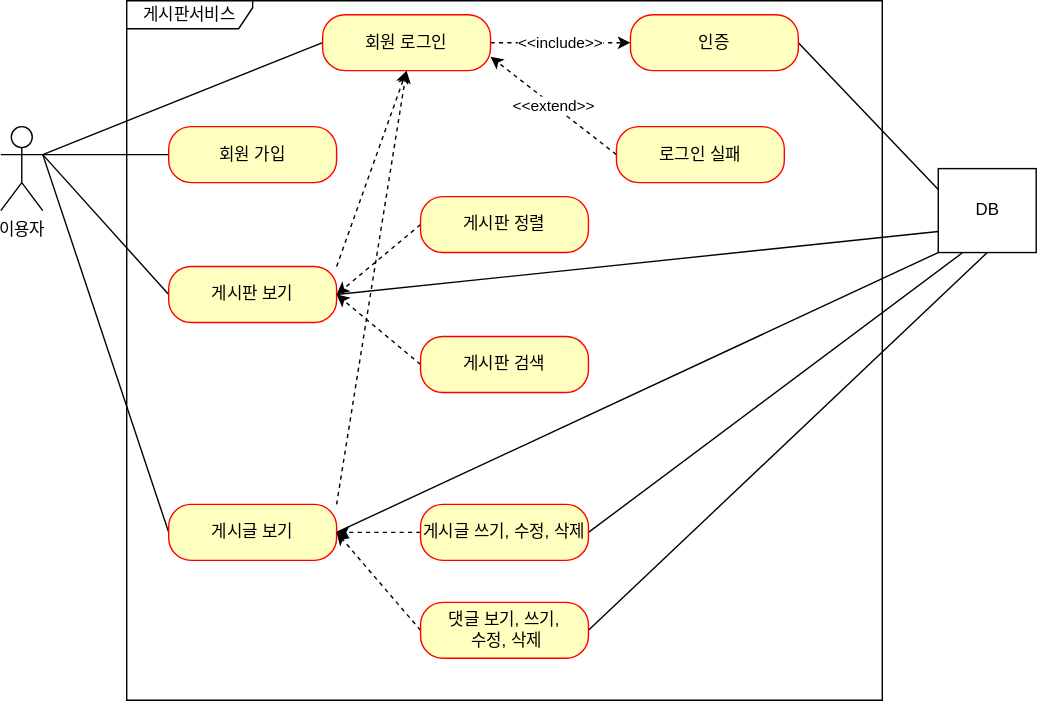
minho3/study-prj-board keeps this draw.io diagram as document/use-case.svg. Above is the earlier version. Source tidied: cells renumbered, new cells last; positions are measured from the earlier drawing's top-left corner, leaving out a move shared by most shapes.
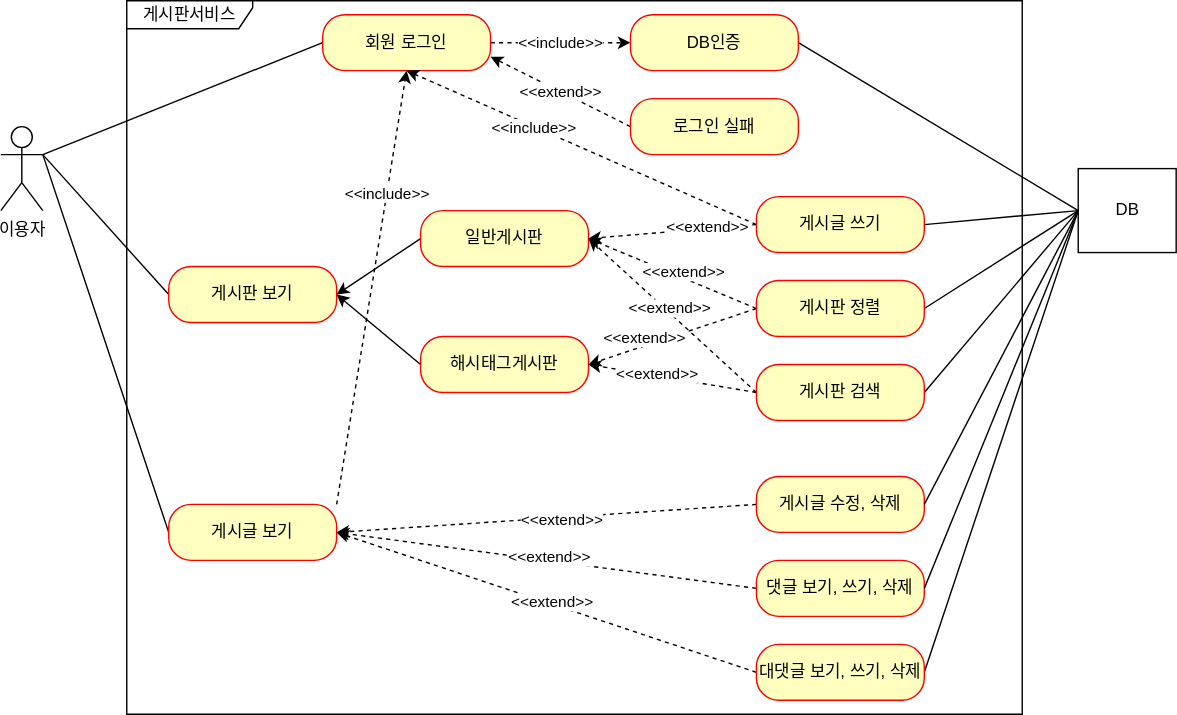
After the commit.

What changed in the source:
```diff
@@ -6,23 +6,11 @@
       <mxGeometry y="90" width="30" height="60" as="geometry" />
     </mxCell>
     <mxCell id="3" value="게시판서비스" style="shape=umlFrame;whiteSpace=wrap;html=1;width=90;height=20;" parent="1" vertex="1">
-      <mxGeometry x="90" width="540" height="500" as="geometry" />
+      <mxGeometry x="90" width="640" height="510" as="geometry" />
     </mxCell>
-    <mxCell id="4" style="rounded=0;jettySize=auto;html=1;exitX=0;exitY=0.5;exitDx=0;exitDy=0;entryX=1;entryY=0.3333333333333333;entryDx=0;entryDy=0;entryPerimeter=0;endArrow=none;endFill=0;" parent="1" edge="1" source="5" target="2">
-      <mxGeometry relative="1" as="geometry" />
-    </mxCell>
-    <mxCell id="5" value="회원 가입" style="rounded=1;whiteSpace=wrap;html=1;arcSize=40;fontColor=#000000;fillColor=#ffffc0;strokeColor=#ff0000;" parent="1" vertex="1">
-      <mxGeometry x="120" y="90" width="120" height="40" as="geometry" />
-    </mxCell>
     <mxCell id="6" style="edgeStyle=none;rounded=0;jettySize=auto;html=1;exitX=0;exitY=0.5;exitDx=0;exitDy=0;endArrow=none;endFill=0;entryX=1;entryY=0.3333333333333333;entryDx=0;entryDy=0;entryPerimeter=0;" parent="1" edge="1" source="9" target="2">
       <mxGeometry relative="1" as="geometry" />
     </mxCell>
-    <mxCell id="7" style="edgeStyle=none;rounded=0;jettySize=auto;html=1;exitX=1;exitY=0;exitDx=0;exitDy=0;entryX=0.5;entryY=1;entryDx=0;entryDy=0;dashed=1;startArrow=none;startFill=0;endArrow=classic;endFill=1;" parent="1" edge="1" source="9" target="16">
-      <mxGeometry relative="1" as="geometry" />
-    </mxCell>
-    <mxCell id="8" style="edgeStyle=none;rounded=0;jettySize=auto;html=1;exitX=1;exitY=0.5;exitDx=0;exitDy=0;entryX=0;entryY=0.75;entryDx=0;entryDy=0;startArrow=none;startFill=0;endArrow=none;endFill=0;" parent="1" edge="1" source="9" target="31">
-      <mxGeometry relative="1" as="geometry" />
-    </mxCell>
     <mxCell id="9" value="게시판 보기" style="rounded=1;whiteSpace=wrap;html=1;arcSize=40;fontColor=#000000;fillColor=#ffffc0;strokeColor=#ff0000;" parent="1" vertex="1">
       <mxGeometry x="120" y="190" width="120" height="40" as="geometry" />
     </mxCell>
@@ -32,9 +20,9 @@
     <mxCell id="11" style="edgeStyle=none;rounded=0;jettySize=auto;html=1;exitX=1;exitY=0;exitDx=0;exitDy=0;entryX=0.5;entryY=1;entryDx=0;entryDy=0;dashed=1;startArrow=none;startFill=0;endArrow=classic;endFill=1;" parent="1" edge="1" source="13" target="16">
       <mxGeometry relative="1" as="geometry" />
     </mxCell>
-    <mxCell id="12" style="edgeStyle=none;rounded=0;jettySize=auto;html=1;exitX=1;exitY=0.5;exitDx=0;exitDy=0;startArrow=none;startFill=0;endArrow=none;endFill=0;entryX=0;entryY=1;entryDx=0;entryDy=0;" parent="1" edge="1" source="13" target="31">
-      <mxGeometry relative="1" as="geometry" />
-    </mxCell>
+    <mxCell id="32" value="&amp;lt;&amp;lt;include&amp;gt;&amp;gt;" style="edgeLabel;html=1;align=center;verticalAlign=middle;" parent="11" vertex="1">
+      <mxGeometry x="0.43" relative="1" as="geometry" />
+    </mxCell>
     <mxCell id="13" value="게시글 보기" style="rounded=1;whiteSpace=wrap;html=1;arcSize=40;fontColor=#000000;fillColor=#ffffc0;strokeColor=#ff0000;" parent="1" vertex="1">
       <mxGeometry x="120" y="360" width="120" height="40" as="geometry" />
     </mxCell>
@@ -47,50 +35,132 @@
     <mxCell id="16" value="회원 로그인" style="rounded=1;whiteSpace=wrap;html=1;arcSize=40;fontColor=#000000;fillColor=#ffffc0;strokeColor=#ff0000;" parent="1" vertex="1">
       <mxGeometry x="230" y="10" width="120" height="40" as="geometry" />
     </mxCell>
-    <mxCell id="17" style="edgeStyle=none;rounded=0;jettySize=auto;html=1;exitX=1;exitY=0.5;exitDx=0;exitDy=0;entryX=0;entryY=0.25;entryDx=0;entryDy=0;startArrow=none;startFill=0;endArrow=none;endFill=0;" parent="1" edge="1" source="18" target="31">
+    <mxCell id="17" style="edgeStyle=none;rounded=0;jettySize=auto;html=1;exitX=1;exitY=0.5;exitDx=0;exitDy=0;entryX=0;entryY=0.5;entryDx=0;entryDy=0;startArrow=none;startFill=0;endArrow=none;endFill=0;" parent="1" edge="1" source="18" target="31">
       <mxGeometry relative="1" as="geometry" />
     </mxCell>
-    <mxCell id="18" value="인증" style="rounded=1;whiteSpace=wrap;html=1;arcSize=40;fontColor=#000000;fillColor=#ffffc0;strokeColor=#ff0000;" parent="1" vertex="1">
+    <mxCell id="18" value="DB인증" style="rounded=1;whiteSpace=wrap;html=1;arcSize=40;fontColor=#000000;fillColor=#ffffc0;strokeColor=#ff0000;" parent="1" vertex="1">
       <mxGeometry x="450" y="10" width="120" height="40" as="geometry" />
     </mxCell>
     <mxCell id="19" value="&amp;lt;&amp;lt;extend&amp;gt;&amp;gt;" style="edgeStyle=none;rounded=0;jettySize=auto;html=1;exitX=0;exitY=0.5;exitDx=0;exitDy=0;entryX=1;entryY=0.75;entryDx=0;entryDy=0;endArrow=classic;endFill=1;dashed=1;startArrow=none;startFill=0;" parent="1" edge="1" source="20" target="16">
       <mxGeometry relative="1" as="geometry" />
     </mxCell>
     <mxCell id="20" value="로그인 실패" style="rounded=1;whiteSpace=wrap;html=1;arcSize=40;fontColor=#000000;fillColor=#ffffc0;strokeColor=#ff0000;" parent="1" vertex="1">
-      <mxGeometry x="440" y="90" width="120" height="40" as="geometry" />
+      <mxGeometry x="450" y="70" width="120" height="40" as="geometry" />
     </mxCell>
-    <mxCell id="21" style="edgeStyle=none;rounded=0;jettySize=auto;html=1;exitX=0;exitY=0.5;exitDx=0;exitDy=0;entryX=1;entryY=0.5;entryDx=0;entryDy=0;dashed=1;startArrow=none;startFill=0;endArrow=classic;endFill=1;" parent="1" edge="1" source="22" target="9">
+    <mxCell id="21" style="edgeStyle=none;rounded=0;jettySize=auto;html=1;exitX=0;exitY=0.5;exitDx=0;exitDy=0;entryX=1;entryY=0.5;entryDx=0;entryDy=0;startArrow=none;startFill=0;endArrow=classic;endFill=1;" parent="1" edge="1" source="22" target="9">
       <mxGeometry relative="1" as="geometry" />
     </mxCell>
-    <mxCell id="22" value="게시판 정렬" style="rounded=1;whiteSpace=wrap;html=1;arcSize=40;fontColor=#000000;fillColor=#ffffc0;strokeColor=#ff0000;" parent="1" vertex="1">
-      <mxGeometry x="300" y="140" width="120" height="40" as="geometry" />
+    <mxCell id="22" value="일반게시판" style="rounded=1;whiteSpace=wrap;html=1;arcSize=40;fontColor=#000000;fillColor=#ffffc0;strokeColor=#ff0000;" parent="1" vertex="1">
+      <mxGeometry x="300" y="150" width="120" height="40" as="geometry" />
     </mxCell>
-    <mxCell id="23" style="edgeStyle=none;rounded=0;jettySize=auto;html=1;exitX=0;exitY=0.5;exitDx=0;exitDy=0;entryX=1;entryY=0.5;entryDx=0;entryDy=0;dashed=1;startArrow=none;startFill=0;endArrow=classic;endFill=1;" parent="1" edge="1" source="24" target="9">
+    <mxCell id="23" style="edgeStyle=none;rounded=0;jettySize=auto;html=1;exitX=0;exitY=0.5;exitDx=0;exitDy=0;entryX=1;entryY=0.5;entryDx=0;entryDy=0;startArrow=none;startFill=0;endArrow=classic;endFill=1;" parent="1" edge="1" source="24" target="9">
       <mxGeometry relative="1" as="geometry" />
     </mxCell>
-    <mxCell id="24" value="게시판 검색" style="rounded=1;whiteSpace=wrap;html=1;arcSize=40;fontColor=#000000;fillColor=#ffffc0;strokeColor=#ff0000;" parent="1" vertex="1">
+    <mxCell id="24" value="해시태그게시판" style="rounded=1;whiteSpace=wrap;html=1;arcSize=40;fontColor=#000000;fillColor=#ffffc0;strokeColor=#ff0000;" parent="1" vertex="1">
       <mxGeometry x="300" y="240" width="120" height="40" as="geometry" />
     </mxCell>
     <mxCell id="25" style="edgeStyle=none;rounded=0;jettySize=auto;html=1;exitX=0;exitY=0.5;exitDx=0;exitDy=0;entryX=1;entryY=0.5;entryDx=0;entryDy=0;dashed=1;startArrow=none;startFill=0;endArrow=classic;endFill=1;" parent="1" edge="1" source="27" target="13">
       <mxGeometry relative="1" as="geometry" />
     </mxCell>
-    <mxCell id="26" style="edgeStyle=none;rounded=0;jettySize=auto;html=1;exitX=1;exitY=0.5;exitDx=0;exitDy=0;entryX=0.25;entryY=1;entryDx=0;entryDy=0;startArrow=none;startFill=0;endArrow=none;endFill=0;" parent="1" edge="1" source="27" target="31">
-      <mxGeometry relative="1" as="geometry" />
-    </mxCell>
+    <mxCell id="33" value="&amp;lt;&amp;lt;extend&amp;gt;&amp;gt;" style="edgeLabel;html=1;align=center;verticalAlign=middle;" parent="25" vertex="1">
+      <mxGeometry x="-0.07" y="1" relative="1" as="geometry" />
+    </mxCell>
-    <mxCell id="27" value="게시글 쓰기, 수정, 삭제" style="rounded=1;whiteSpace=wrap;html=1;arcSize=40;fontColor=#000000;fillColor=#ffffc0;strokeColor=#ff0000;" parent="1" vertex="1">
-      <mxGeometry x="300" y="360" width="120" height="40" as="geometry" />
+    <mxCell id="27" value="게시글 수정, 삭제" style="rounded=1;whiteSpace=wrap;html=1;arcSize=40;fontColor=#000000;fillColor=#ffffc0;strokeColor=#ff0000;" parent="1" vertex="1">
+      <mxGeometry x="540" y="340" width="120" height="40" as="geometry" />
     </mxCell>
     <mxCell id="28" style="edgeStyle=none;rounded=0;jettySize=auto;html=1;exitX=0;exitY=0.5;exitDx=0;exitDy=0;entryX=1;entryY=0.5;entryDx=0;entryDy=0;dashed=1;startArrow=none;startFill=0;endArrow=classic;endFill=1;" parent="1" edge="1" source="30" target="13">
       <mxGeometry relative="1" as="geometry" />
     </mxCell>
-    <mxCell id="29" style="edgeStyle=none;rounded=0;jettySize=auto;html=1;exitX=1;exitY=0.5;exitDx=0;exitDy=0;entryX=0.5;entryY=1;entryDx=0;entryDy=0;startArrow=none;startFill=0;endArrow=none;endFill=0;" parent="1" edge="1" source="30" target="31">
-      <mxGeometry relative="1" as="geometry" />
-    </mxCell>
+    <mxCell id="34" value="&amp;lt;&amp;lt;extend&amp;gt;&amp;gt;" style="edgeLabel;html=1;align=center;verticalAlign=middle;" parent="28" vertex="1">
+      <mxGeometry x="-0.01" y="-3" relative="1" as="geometry" />
+    </mxCell>
-    <mxCell id="30" value="댓글 보기, 쓰기,&lt;br&gt;&amp;nbsp;수정, 삭제" style="rounded=1;whiteSpace=wrap;html=1;arcSize=40;fontColor=#000000;fillColor=#ffffc0;strokeColor=#ff0000;" parent="1" vertex="1">
-      <mxGeometry x="300" y="430" width="120" height="40" as="geometry" />
+    <mxCell id="30" value="댓글 보기, 쓰기, 삭제" style="rounded=1;whiteSpace=wrap;html=1;arcSize=40;fontColor=#000000;fillColor=#ffffc0;strokeColor=#ff0000;" parent="1" vertex="1">
+      <mxGeometry x="540" y="400" width="120" height="40" as="geometry" />
     </mxCell>
+    <mxCell id="35" style="edgeStyle=none;rounded=0;jettySize=auto;html=1;exitX=0;exitY=0.5;exitDx=0;exitDy=0;entryX=1;entryY=0.5;entryDx=0;entryDy=0;endArrow=none;endFill=0;" parent="1" edge="1" source="31" target="50">
+      <mxGeometry relative="1" as="geometry" />
+    </mxCell>
+    <mxCell id="36" style="edgeStyle=none;rounded=0;jettySize=auto;html=1;exitX=0;exitY=0.5;exitDx=0;exitDy=0;entryX=1;entryY=0.5;entryDx=0;entryDy=0;endArrow=none;endFill=0;" parent="1" edge="1" source="31" target="45">
+      <mxGeometry relative="1" as="geometry" />
+    </mxCell>
+    <mxCell id="37" style="edgeStyle=none;rounded=0;jettySize=auto;html=1;exitX=0;exitY=0.5;exitDx=0;exitDy=0;entryX=1;entryY=0.5;entryDx=0;entryDy=0;endArrow=none;endFill=0;" parent="1" edge="1" source="31" target="55">
+      <mxGeometry relative="1" as="geometry" />
+    </mxCell>
+    <mxCell id="38" style="edgeStyle=none;rounded=0;jettySize=auto;html=1;exitX=0;exitY=0.5;exitDx=0;exitDy=0;entryX=1;entryY=0.5;entryDx=0;entryDy=0;endArrow=none;endFill=0;" parent="1" edge="1" source="31" target="27">
+      <mxGeometry relative="1" as="geometry" />
+    </mxCell>
+    <mxCell id="39" style="edgeStyle=none;rounded=0;jettySize=auto;html=1;exitX=0;exitY=0.5;exitDx=0;exitDy=0;entryX=1;entryY=0.5;entryDx=0;entryDy=0;endArrow=none;endFill=0;" parent="1" edge="1" source="31" target="30">
+      <mxGeometry relative="1" as="geometry" />
+    </mxCell>
+    <mxCell id="40" style="edgeStyle=none;rounded=0;jettySize=auto;html=1;exitX=0;exitY=0.5;exitDx=0;exitDy=0;entryX=1;entryY=0.5;entryDx=0;entryDy=0;endArrow=none;endFill=0;" parent="1" edge="1" source="31" target="58">
+      <mxGeometry relative="1" as="geometry" />
+    </mxCell>
     <mxCell id="31" value="DB" style="html=1;" parent="1" vertex="1">
-      <mxGeometry x="670" y="120" width="70" height="60" as="geometry" />
+      <mxGeometry x="770" y="120" width="70" height="60" as="geometry" />
     </mxCell>
+    <mxCell id="41" style="edgeStyle=none;rounded=0;jettySize=auto;html=1;exitX=0;exitY=0.5;exitDx=0;exitDy=0;dashed=1;" parent="1" edge="1" source="45">
+      <mxGeometry relative="1" as="geometry">
+        <mxPoint x="420" y="260" as="targetPoint" />
+      </mxGeometry>
+    </mxCell>
+    <mxCell id="42" value="&amp;lt;&amp;lt;extend&amp;gt;&amp;gt;" style="edgeLabel;html=1;align=center;verticalAlign=middle;" parent="41" vertex="1">
+      <mxGeometry x="0.45" relative="1" as="geometry">
+        <mxPoint x="7" y="-9" as="offset" />
+      </mxGeometry>
+    </mxCell>
+    <mxCell id="43" style="edgeStyle=none;rounded=0;jettySize=auto;html=1;exitX=0;exitY=0.5;exitDx=0;exitDy=0;dashed=1;entryX=1;entryY=0.5;entryDx=0;entryDy=0;" parent="1" edge="1" source="45" target="22">
+      <mxGeometry relative="1" as="geometry" />
+    </mxCell>
+    <mxCell id="44" value="&amp;lt;&amp;lt;extend&amp;gt;&amp;gt;" style="edgeLabel;html=1;align=center;verticalAlign=middle;" parent="43" vertex="1">
+      <mxGeometry x="-0.09" y="-4" relative="1" as="geometry" />
+    </mxCell>
+    <mxCell id="45" value="게시판 정렬" style="rounded=1;whiteSpace=wrap;html=1;arcSize=40;fontColor=#000000;fillColor=#ffffc0;strokeColor=#ff0000;" parent="1" vertex="1">
+      <mxGeometry x="540" y="200" width="120" height="40" as="geometry" />
+    </mxCell>
+    <mxCell id="46" style="edgeStyle=none;rounded=0;jettySize=auto;html=1;exitX=0;exitY=0.5;exitDx=0;exitDy=0;dashed=1;entryX=1;entryY=0.5;entryDx=0;entryDy=0;" parent="1" edge="1" source="50" target="22">
+      <mxGeometry relative="1" as="geometry" />
+    </mxCell>
+    <mxCell id="47" value="&amp;lt;&amp;lt;extend&amp;gt;&amp;gt;" style="edgeLabel;html=1;align=center;verticalAlign=middle;" parent="46" vertex="1">
+      <mxGeometry x="-0.4" y="-1" relative="1" as="geometry" />
+    </mxCell>
+    <mxCell id="48" style="edgeStyle=none;rounded=0;jettySize=auto;html=1;exitX=0;exitY=0.5;exitDx=0;exitDy=0;entryX=0.5;entryY=1;entryDx=0;entryDy=0;dashed=1;" parent="1" edge="1" source="50" target="16">
+      <mxGeometry relative="1" as="geometry" />
+    </mxCell>
+    <mxCell id="49" value="&amp;lt;&amp;lt;include&amp;gt;&amp;gt;" style="edgeLabel;html=1;align=center;verticalAlign=middle;" parent="48" vertex="1">
+      <mxGeometry x="0.27" relative="1" as="geometry">
+        <mxPoint y="1" as="offset" />
+      </mxGeometry>
+    </mxCell>
+    <mxCell id="50" value="게시글 쓰기" style="rounded=1;whiteSpace=wrap;html=1;arcSize=40;fontColor=#000000;fillColor=#ffffc0;strokeColor=#ff0000;" parent="1" vertex="1">
+      <mxGeometry x="540" y="140" width="120" height="40" as="geometry" />
+    </mxCell>
+    <mxCell id="51" style="edgeStyle=none;rounded=0;jettySize=auto;html=1;exitX=0;exitY=0.5;exitDx=0;exitDy=0;entryX=1;entryY=0.5;entryDx=0;entryDy=0;dashed=1;" parent="1" edge="1" source="55" target="24">
+      <mxGeometry relative="1" as="geometry" />
+    </mxCell>
+    <mxCell id="52" value="&amp;lt;&amp;lt;extend&amp;gt;&amp;gt;" style="edgeLabel;html=1;align=center;verticalAlign=middle;" parent="51" vertex="1">
+      <mxGeometry x="0.2" y="-1" relative="1" as="geometry">
+        <mxPoint y="-1" as="offset" />
+      </mxGeometry>
+    </mxCell>
+    <mxCell id="53" style="edgeStyle=none;rounded=0;jettySize=auto;html=1;exitX=0;exitY=0.5;exitDx=0;exitDy=0;entryX=1;entryY=0.5;entryDx=0;entryDy=0;dashed=1;" parent="1" edge="1" source="55" target="22">
+      <mxGeometry relative="1" as="geometry" />
+    </mxCell>
+    <mxCell id="54" value="&amp;lt;&amp;lt;extend&amp;gt;&amp;gt;" style="edgeLabel;html=1;align=center;verticalAlign=middle;" parent="53" vertex="1">
+      <mxGeometry x="0.07" y="-3" relative="1" as="geometry" />
+    </mxCell>
+    <mxCell id="55" value="게시판 검색" style="rounded=1;whiteSpace=wrap;html=1;arcSize=40;fontColor=#000000;fillColor=#ffffc0;strokeColor=#ff0000;" parent="1" vertex="1">
+      <mxGeometry x="540" y="260" width="120" height="40" as="geometry" />
+    </mxCell>
+    <mxCell id="56" style="rounded=0;jettySize=auto;html=1;exitX=0;exitY=0.5;exitDx=0;exitDy=0;entryX=1;entryY=0.5;entryDx=0;entryDy=0;dashed=1;" parent="1" edge="1" source="58" target="13">
+      <mxGeometry relative="1" as="geometry" />
+    </mxCell>
+    <mxCell id="57" value="&amp;lt;&amp;lt;extend&amp;gt;&amp;gt;" style="edgeLabel;html=1;align=center;verticalAlign=middle;" parent="56" vertex="1">
+      <mxGeometry x="-0.02" y="-1" relative="1" as="geometry">
+        <mxPoint y="-1" as="offset" />
+      </mxGeometry>
+    </mxCell>
+    <mxCell id="58" value="대댓글 보기, 쓰기, 삭제" style="rounded=1;whiteSpace=wrap;html=1;arcSize=40;fontColor=#000000;fillColor=#ffffc0;strokeColor=#ff0000;" parent="1" vertex="1">
+      <mxGeometry x="540" y="460" width="120" height="40" as="geometry" />
+    </mxCell>
   </root>
 </mxGraphModel>
```
